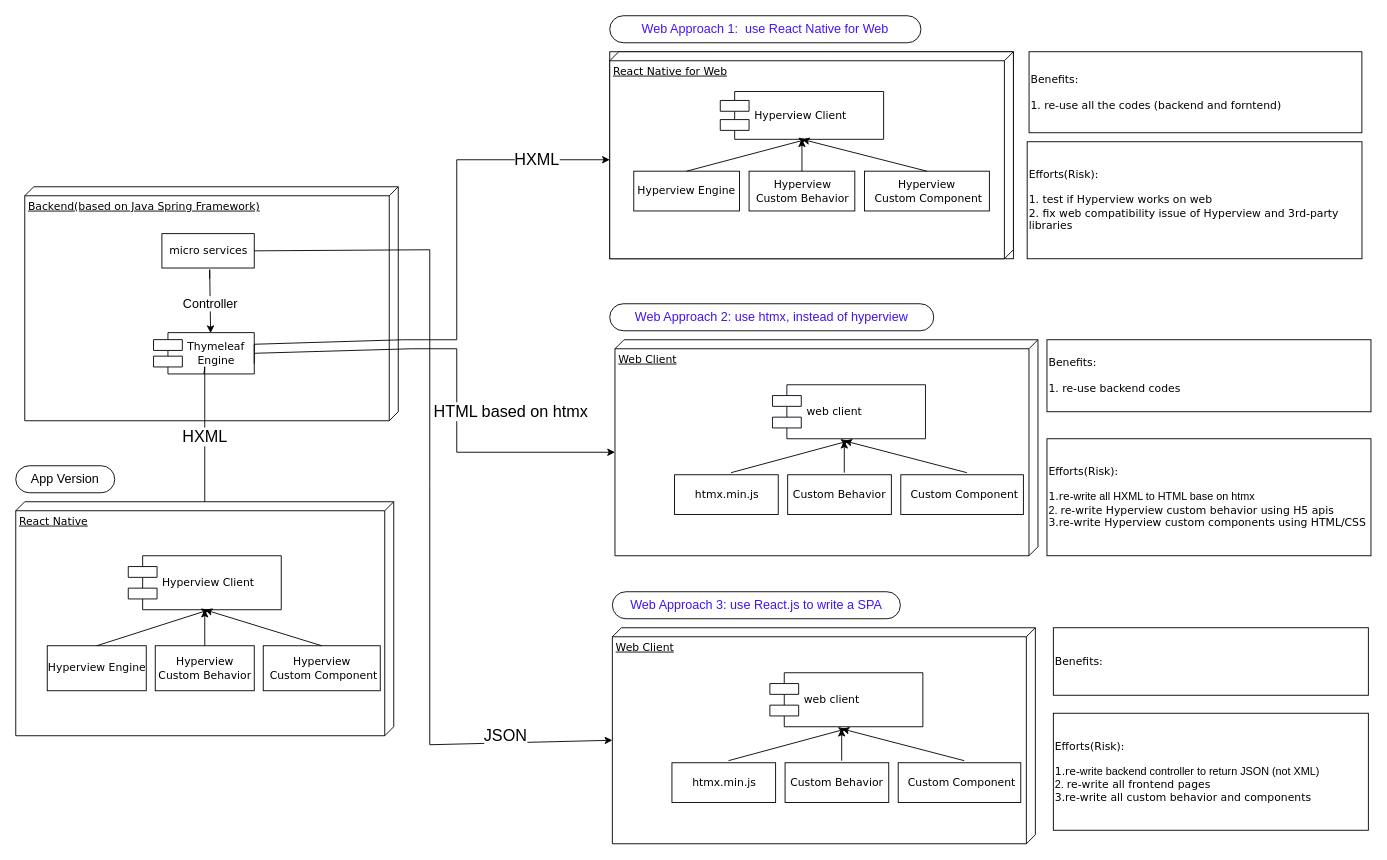
The draw.io diagram Untitled Diagram.drawio in terryatgithub/books, before the edit. Source tidied: cells renumbered, new cells numbered last; positions are measured from the earlier drawing's top-left corner, leaving out a move shared by most shapes. Both pictures are drawn from the tidied source at 90%, with x=0, y=0 at pixel (15, 15).
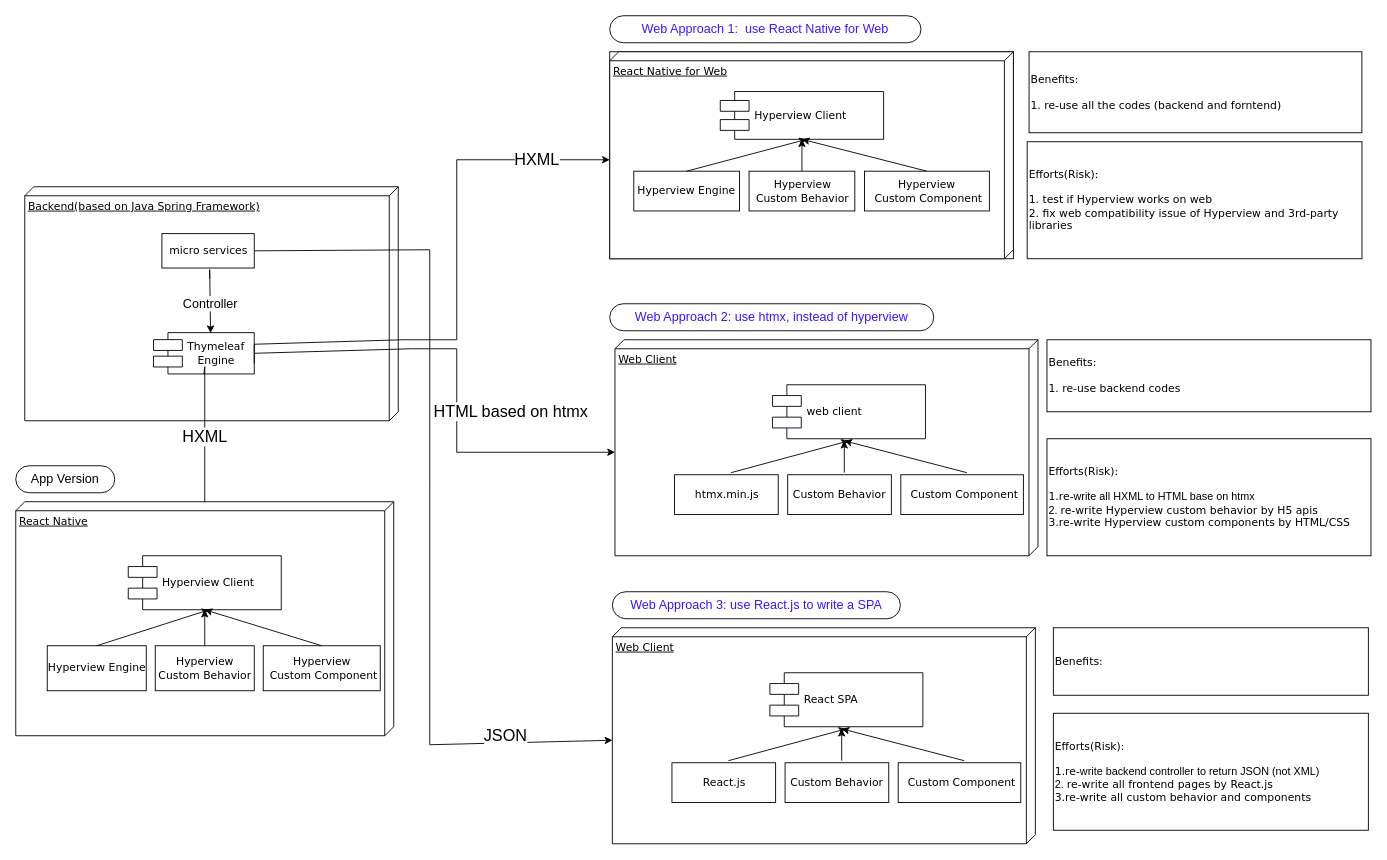
Above is the later version.

Unchanged cells that the change refers to:
```xml
<mxCell id="17" style="group;" parent="1" vertex="1">
  <mxGeometry x="660" y="320" width="845.8" height="280" as="geometry" />
</mxCell>
<mxCell id="45" style="group;" parent="43" vertex="1">
  <mxGeometry y="40" width="840" height="240" as="geometry" />
</mxCell>
<mxCell id="48" style="group;fontColor=#000000;" parent="45" vertex="1">
  <mxGeometry width="470" height="240" as="geometry" />
</mxCell>
```

Change to the diagram source:
```diff
@@
-    <mxCell id="20" value="&lt;font&gt;Efforts(Risk):&lt;br&gt;&lt;br&gt;1.re-&lt;/font&gt;&lt;span style=&quot;font-family: Helvetica; text-align: center; background-color: rgb(255, 255, 255);&quot;&gt;&lt;font style=&quot;font-size: 12px;&quot;&gt;write all HXML to HTML base on htmx&lt;br&gt;2.&amp;nbsp;&lt;/font&gt;&lt;/span&gt;&lt;span style=&quot;text-align: center;&quot;&gt;re-write Hyperview custom behavior using H5 apis&lt;/span&gt;&lt;br style=&quot;text-align: center;&quot;&gt;&lt;span style=&quot;text-align: center;&quot;&gt;3.re-write Hyperview custom components using HTML/CSS&lt;/span&gt;&lt;span style=&quot;font-family: Helvetica; text-align: center; background-color: rgb(255, 255, 255);&quot;&gt;&lt;font style=&quot;font-size: 12px;&quot;&gt;&lt;br&gt;&lt;/font&gt;&lt;/span&gt;" style="html=1;rounded=0;shadow=0;comic=0;labelBackgroundColor=none;strokeWidth=1;fontFamily=Verdana;fontSize=12;align=left;strokeColor=default;whiteSpace=wrap;fontColor=#000000;" parent="17" vertex="1">
+    <mxCell id="20" value="&lt;font&gt;Efforts(Risk):&lt;br&gt;&lt;br&gt;1.re-&lt;/font&gt;&lt;span style=&quot;font-family: Helvetica; text-align: center; background-color: rgb(255, 255, 255);&quot;&gt;&lt;font style=&quot;font-size: 12px;&quot;&gt;write all HXML to HTML base on htmx&lt;br&gt;2.&amp;nbsp;&lt;/font&gt;&lt;/span&gt;&lt;span style=&quot;text-align: center;&quot;&gt;re-write Hyperview custom behavior by H5 apis&lt;/span&gt;&lt;br style=&quot;text-align: center;&quot;&gt;&lt;span style=&quot;text-align: center;&quot;&gt;3.re-write Hyperview custom components by HTML/CSS&lt;/span&gt;&lt;span style=&quot;font-family: Helvetica; text-align: center; background-color: rgb(255, 255, 255);&quot;&gt;&lt;font style=&quot;font-size: 12px;&quot;&gt;&lt;br&gt;&lt;/font&gt;&lt;/span&gt;" style="html=1;rounded=0;shadow=0;comic=0;labelBackgroundColor=none;strokeWidth=1;fontFamily=Verdana;fontSize=12;align=left;strokeColor=default;whiteSpace=wrap;fontColor=#000000;" parent="17" vertex="1">
       <mxGeometry x="485.8" y="150" width="360" height="130" as="geometry" />
     </mxCell>
@@
-    <mxCell id="47" value="&lt;font&gt;Efforts(Risk):&lt;br&gt;&lt;br&gt;1.re-&lt;/font&gt;&lt;span style=&quot;font-family: Helvetica; text-align: center; background-color: rgb(255, 255, 255);&quot;&gt;&lt;font style=&quot;font-size: 12px;&quot;&gt;write backend controller to return JSON (not XML)&lt;br&gt;2.&amp;nbsp;&lt;/font&gt;&lt;/span&gt;&lt;span style=&quot;text-align: center;&quot;&gt;re-write all frontend pages&lt;/span&gt;&lt;br style=&quot;text-align: center;&quot;&gt;&lt;span style=&quot;text-align: center;&quot;&gt;3.re-write all custom behavior and components&lt;/span&gt;&lt;span style=&quot;font-family: Helvetica; text-align: center; background-color: rgb(255, 255, 255);&quot;&gt;&lt;font style=&quot;font-size: 12px;&quot;&gt;&lt;br&gt;&lt;/font&gt;&lt;/span&gt;" style="html=1;rounded=0;shadow=0;comic=0;labelBackgroundColor=none;strokeWidth=1;fontFamily=Verdana;fontSize=12;align=left;strokeColor=default;whiteSpace=wrap;fontColor=#000000;" parent="45" vertex="1">
+    <mxCell id="47" value="&lt;font&gt;Efforts(Risk):&lt;br&gt;&lt;br&gt;1.re-&lt;/font&gt;&lt;span style=&quot;font-family: Helvetica; text-align: center; background-color: rgb(255, 255, 255);&quot;&gt;&lt;font style=&quot;font-size: 12px;&quot;&gt;write backend controller to return JSON (not XML)&lt;br&gt;2.&amp;nbsp;&lt;/font&gt;&lt;/span&gt;&lt;span style=&quot;text-align: center;&quot;&gt;re-write all frontend pages by React.js&lt;/span&gt;&lt;br style=&quot;text-align: center;&quot;&gt;&lt;span style=&quot;text-align: center;&quot;&gt;3.re-write all custom behavior and components&lt;/span&gt;&lt;span style=&quot;font-family: Helvetica; text-align: center; background-color: rgb(255, 255, 255);&quot;&gt;&lt;font style=&quot;font-size: 12px;&quot;&gt;&lt;br&gt;&lt;/font&gt;&lt;/span&gt;" style="html=1;rounded=0;shadow=0;comic=0;labelBackgroundColor=none;strokeWidth=1;fontFamily=Verdana;fontSize=12;align=left;strokeColor=default;whiteSpace=wrap;fontColor=#000000;" parent="45" vertex="1">
       <mxGeometry x="490" y="95" width="350" height="130" as="geometry" />
     </mxCell>
@@
-    <mxCell id="50" value="web client" style="shape=component;align=left;spacingLeft=36;rounded=0;shadow=0;comic=0;labelBackgroundColor=none;strokeWidth=1;fontFamily=Verdana;fontSize=12;html=1;strokeColor=#000000;" parent="48" vertex="1">
+    <mxCell id="50" value="React SPA" style="shape=component;align=left;spacingLeft=36;rounded=0;shadow=0;comic=0;labelBackgroundColor=none;strokeWidth=1;fontFamily=Verdana;fontSize=12;html=1;strokeColor=#000000;" parent="48" vertex="1">
       <mxGeometry x="175" y="50" width="170" height="60" as="geometry" />
     </mxCell>
-    <mxCell id="51" value="htmx.min.js" style="html=1;rounded=0;shadow=0;comic=0;labelBackgroundColor=none;strokeWidth=1;fontFamily=Verdana;fontSize=12;align=center;strokeColor=default;" parent="48" vertex="1">
+    <mxCell id="51" value="React.js" style="html=1;rounded=0;shadow=0;comic=0;labelBackgroundColor=none;strokeWidth=1;fontFamily=Verdana;fontSize=12;align=center;strokeColor=default;" parent="48" vertex="1">
       <mxGeometry x="66.2" y="150" width="115.2" height="44.2" as="geometry" />
     </mxCell>
```
